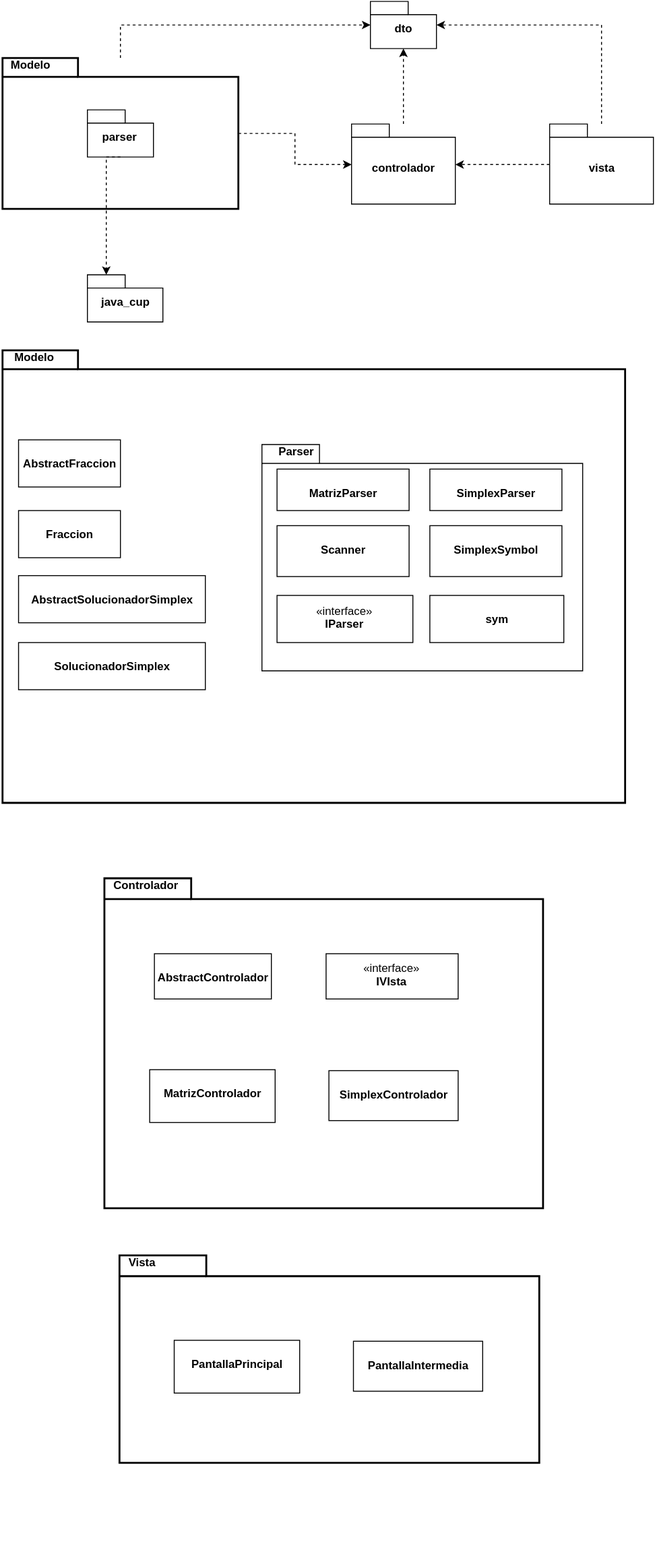
fm0195/Simplex_Educativo keeps this draw.io diagram as Diagramas/Paquetes.svg. Above is the earlier version. Source tidied: cells renumbered, new cells last; positions are measured from the earlier drawing's top-left corner, leaving out a move shared by most shapes.
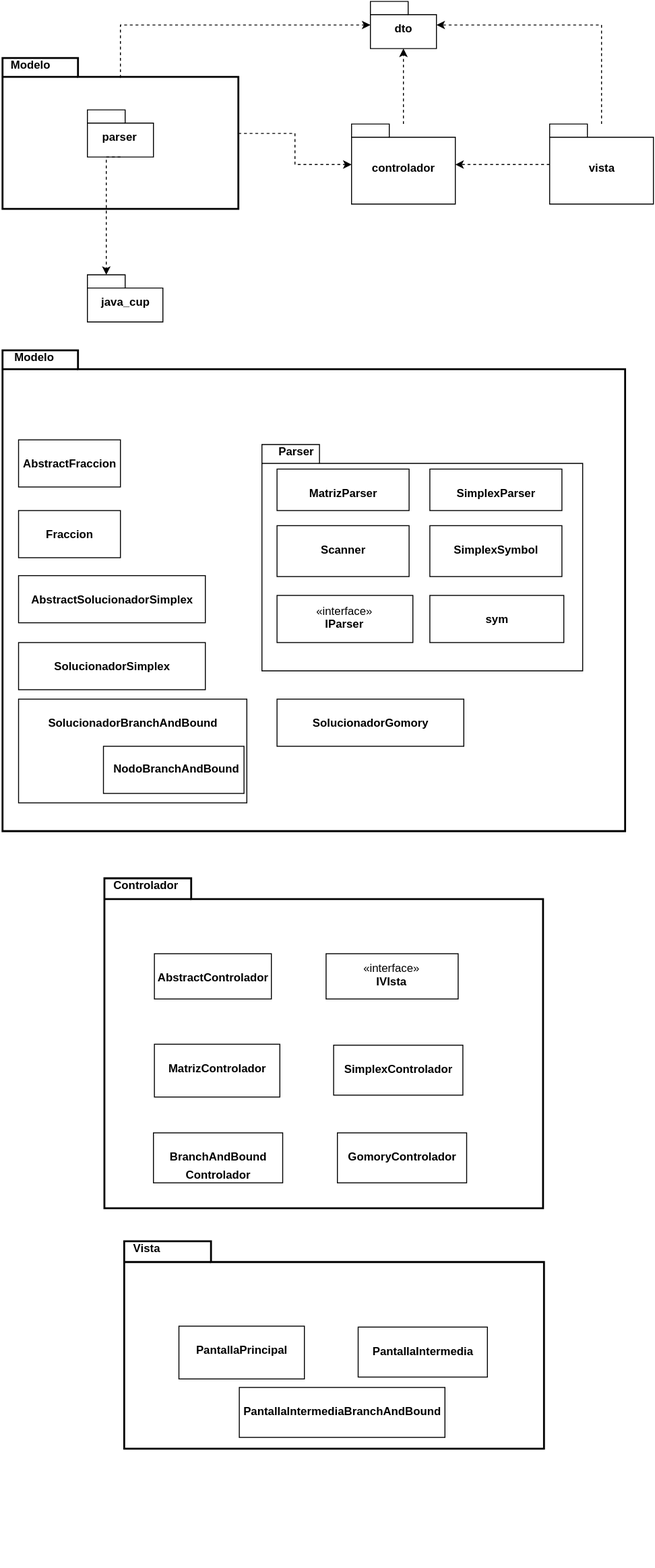
Later version of the same file.

The edit, as a diff of the source:
```diff
@@ -26,8 +26,12 @@
     <mxCell id="9" style="edgeStyle=orthogonalEdgeStyle;rounded=0;html=1;exitX=0.5;exitY=0;entryX=0.5;entryY=1;dashed=1;jettySize=auto;" parent="1" edge="1" source="6" target="8">
       <mxGeometry relative="1" as="geometry" />
     </mxCell>
-    <mxCell id="10" style="edgeStyle=orthogonalEdgeStyle;rounded=0;html=1;exitX=0.5;exitY=0;entryX=0;entryY=0.5;dashed=1;jettySize=auto;" parent="1" edge="1" source="3" target="8">
-      <mxGeometry relative="1" as="geometry" />
+    <mxCell id="10" style="edgeStyle=orthogonalEdgeStyle;rounded=0;html=1;exitX=0.5;exitY=0.131;entryX=0;entryY=0.5;dashed=1;jettySize=auto;exitPerimeter=0;" parent="1" edge="1" source="3" target="8">
+      <mxGeometry relative="1" as="geometry">
+        <Array as="points">
+          <mxPoint x="125" y="25" />
+        </Array>
+      </mxGeometry>
     </mxCell>
     <mxCell id="11" value="vista" style="shape=folder;fontStyle=1;spacingTop=10;tabWidth=40;tabHeight=14;tabPosition=left;html=1;" parent="1" vertex="1">
       <mxGeometry x="580" y="130" width="110" height="85" as="geometry" />
@@ -42,7 +46,7 @@
       <mxGeometry x="7" y="290" width="660" height="680" as="geometry" />
     </mxCell>
     <mxCell id="15" style="shape=folder;tabWidth=80;tabHeight=20;tabPosition=left;strokeWidth=2;html=1;whiteSpace=wrap;align=right;labelPosition=left;verticalLabelPosition=middle;verticalAlign=top;" parent="14" vertex="1">
-      <mxGeometry x="-7" y="80" width="660" height="480" as="geometry" />
+      <mxGeometry x="-7" y="80" width="660" height="510" as="geometry" />
     </mxCell>
     <mxCell id="16" value="&lt;b&gt;Modelo&lt;/b&gt;" style="text;html=1;align=left;verticalAlign=top;spacingTop=-4;" parent="14" vertex="1">
       <mxGeometry x="4.1" y="80" width="60" height="20" as="geometry" />
@@ -68,7 +72,7 @@
     <mxCell id="23" value="&lt;p style=&quot;margin: 0px ; margin-top: 4px ; text-align: center&quot;&gt;&lt;br&gt;&lt;b&gt;SimplexSymbol&lt;/b&gt;&lt;/p&gt;" style="verticalAlign=top;align=left;overflow=fill;fontSize=12;fontFamily=Helvetica;html=1;" parent="17" vertex="1">
       <mxGeometry x="178" y="86" width="140" height="54" as="geometry" />
     </mxCell>
-    <mxCell id="24" value="&lt;p style=&quot;margin: 0px ; margin-top: 4px ; text-align: center&quot;&gt;&lt;br&gt;&lt;b&gt;sym&lt;/b&gt;&lt;/p&gt;" style="verticalAlign=top;align=left;overflow=fill;fontSize=12;fontFamily=Helvetica;html=1;" parent="17" vertex="1">
+    <mxCell id="24" value="&lt;p style=&quot;margin: 0px ; margin-top: 4px ; text-align: center&quot;&gt;&lt;br&gt;&lt;b&gt;sym&lt;/b&gt;&lt;br&gt;&lt;/p&gt;" style="verticalAlign=top;align=left;overflow=fill;fontSize=12;fontFamily=Helvetica;html=1;" parent="17" vertex="1">
       <mxGeometry x="178" y="160" width="142" height="50" as="geometry" />
     </mxCell>
     <mxCell id="25" value="«interface»&lt;br&gt;&lt;b&gt;IParser&lt;/b&gt;" style="html=1;" parent="17" vertex="1">
@@ -86,6 +90,15 @@
     <mxCell id="29" value="&lt;p style=&quot;margin: 0px ; margin-top: 4px ; text-align: center&quot;&gt;&lt;br&gt;&lt;b&gt;SolucionadorSimplex&lt;/b&gt;&lt;/p&gt;" style="verticalAlign=top;align=left;overflow=fill;fontSize=12;fontFamily=Helvetica;html=1;" parent="14" vertex="1">
       <mxGeometry x="10" y="390" width="198" height="50" as="geometry" />
     </mxCell>
+    <mxCell id="44" value="&lt;p style=&quot;margin: 0px ; margin-top: 4px ; text-align: center&quot;&gt;&lt;br&gt;&lt;b&gt;SolucionadorBranchAndBound&lt;/b&gt;&lt;/p&gt;" style="verticalAlign=top;align=left;overflow=fill;fontSize=12;fontFamily=Helvetica;html=1;" parent="14" vertex="1">
+      <mxGeometry x="10" y="450" width="242" height="110" as="geometry" />
+    </mxCell>
+    <mxCell id="45" value="NodoBranchAndBound" style="whiteSpace=wrap;html=1;strokeWidth=1;fontSize=12;fontStyle=1;" parent="14" vertex="1">
+      <mxGeometry x="100" y="500" width="149" height="50" as="geometry" />
+    </mxCell>
+    <mxCell id="46" value="&lt;p style=&quot;margin: 0px ; margin-top: 4px ; text-align: center&quot;&gt;&lt;br&gt;&lt;b&gt;SolucionadorGomory&lt;/b&gt;&lt;/p&gt;" style="verticalAlign=top;align=left;overflow=fill;fontSize=12;fontFamily=Helvetica;html=1;" parent="14" vertex="1">
+      <mxGeometry x="284" y="450" width="198" height="50" as="geometry" />
+    </mxCell>
     <mxCell id="30" value="java_cup" style="shape=folder;fontStyle=1;spacingTop=10;tabWidth=40;tabHeight=14;tabPosition=left;html=1;" parent="1" vertex="1">
       <mxGeometry x="90" y="290" width="80" height="50" as="geometry" />
     </mxCell>
@@ -109,28 +122,37 @@
       <mxGeometry x="48" y="80" width="124" height="48" as="geometry" />
     </mxCell>
     <mxCell id="36" value="&lt;p style=&quot;margin: 0px ; margin-top: 4px ; text-align: center&quot;&gt;&lt;br&gt;&lt;b&gt;MatrizControlador&lt;/b&gt;&lt;/p&gt;" style="verticalAlign=top;align=left;overflow=fill;fontSize=12;fontFamily=Helvetica;html=1;" parent="32" vertex="1">
-      <mxGeometry x="43" y="203" width="133" height="56" as="geometry" />
+      <mxGeometry x="48" y="176" width="133" height="56" as="geometry" />
     </mxCell>
     <mxCell id="37" value="&lt;p style=&quot;margin: 0px ; margin-top: 4px ; text-align: center&quot;&gt;&lt;br&gt;&lt;b&gt;SimplexControlador&lt;/b&gt;&lt;/p&gt;" style="verticalAlign=top;align=left;overflow=fill;fontSize=12;fontFamily=Helvetica;html=1;" parent="32" vertex="1">
-      <mxGeometry x="233" y="204" width="137" height="53" as="geometry" />
+      <mxGeometry x="238" y="177" width="137" height="53" as="geometry" />
     </mxCell>
     <mxCell id="38" value="«interface»&lt;br&gt;&lt;b&gt;IVIsta&lt;/b&gt;" style="html=1;" parent="32" vertex="1">
       <mxGeometry x="230" y="80" width="140" height="48" as="geometry" />
     </mxCell>
+    <mxCell id="47" value="&lt;p style=&quot;margin: 0px ; margin-top: 4px ; text-align: center&quot;&gt;&lt;br&gt;&lt;b&gt;BranchAndBound&lt;/b&gt;&lt;/p&gt;&lt;p style=&quot;margin: 0px ; margin-top: 4px ; text-align: center&quot;&gt;&lt;b&gt;Controlador&lt;/b&gt;&lt;/p&gt;" style="verticalAlign=top;align=left;overflow=fill;fontSize=12;fontFamily=Helvetica;html=1;" parent="32" vertex="1">
+      <mxGeometry x="47" y="270" width="137" height="53" as="geometry" />
+    </mxCell>
+    <mxCell id="48" value="&lt;p style=&quot;margin: 0px ; margin-top: 4px ; text-align: center&quot;&gt;&lt;br&gt;&lt;b&gt;GomoryControlador&lt;/b&gt;&lt;/p&gt;" style="verticalAlign=top;align=left;overflow=fill;fontSize=12;fontFamily=Helvetica;html=1;" parent="32" vertex="1">
+      <mxGeometry x="242" y="270" width="137" height="53" as="geometry" />
+    </mxCell>
     <mxCell id="39" style="group;" parent="1" vertex="1">
       <mxGeometry x="130" y="1310" width="460" height="350" as="geometry" />
     </mxCell>
     <mxCell id="40" style="shape=folder;tabWidth=92;tabHeight=22;tabPosition=left;strokeWidth=2;html=1;whiteSpace=wrap;align=right;labelPosition=left;verticalLabelPosition=middle;verticalAlign=top;" parent="39" vertex="1">
-      <mxGeometry x="-6" y="20" width="445" height="220" as="geometry" />
+      <mxGeometry x="-1" y="5" width="445" height="220" as="geometry" />
     </mxCell>
     <mxCell id="41" value="&lt;b&gt;Vista&lt;/b&gt;" style="text;html=1;align=left;verticalAlign=top;spacingTop=-4;" parent="39" vertex="1">
-      <mxGeometry x="1.8" y="20.2" width="40" height="20" as="geometry" />
+      <mxGeometry x="6.8" y="5.2" width="40" height="20" as="geometry" />
     </mxCell>
     <mxCell id="42" value="&lt;p style=&quot;margin: 0px ; margin-top: 4px ; text-align: center&quot;&gt;&lt;br&gt;&lt;b&gt;PantallaPrincipal&lt;/b&gt;&lt;/p&gt;" style="verticalAlign=top;align=left;overflow=fill;fontSize=12;fontFamily=Helvetica;html=1;" parent="39" vertex="1">
-      <mxGeometry x="52" y="110" width="133" height="56" as="geometry" />
+      <mxGeometry x="57" y="95" width="133" height="56" as="geometry" />
     </mxCell>
     <mxCell id="43" value="&lt;p style=&quot;margin: 0px ; margin-top: 4px ; text-align: center&quot;&gt;&lt;br&gt;&lt;b&gt;PantallaIntermedia&lt;/b&gt;&lt;/p&gt;" style="verticalAlign=top;align=left;overflow=fill;fontSize=12;fontFamily=Helvetica;html=1;" parent="39" vertex="1">
-      <mxGeometry x="242" y="111" width="137" height="53" as="geometry" />
+      <mxGeometry x="247" y="96" width="137" height="53" as="geometry" />
     </mxCell>
+    <mxCell id="49" value="&lt;p style=&quot;margin: 0px ; margin-top: 4px ; text-align: center&quot;&gt;&lt;br&gt;&lt;b&gt;PantallaIntermediaBranchAndBound&lt;/b&gt;&lt;/p&gt;" style="verticalAlign=top;align=left;overflow=fill;fontSize=12;fontFamily=Helvetica;html=1;" parent="39" vertex="1">
+      <mxGeometry x="121" y="160" width="218" height="53" as="geometry" />
+    </mxCell>
   </root>
 </mxGraphModel>
```
